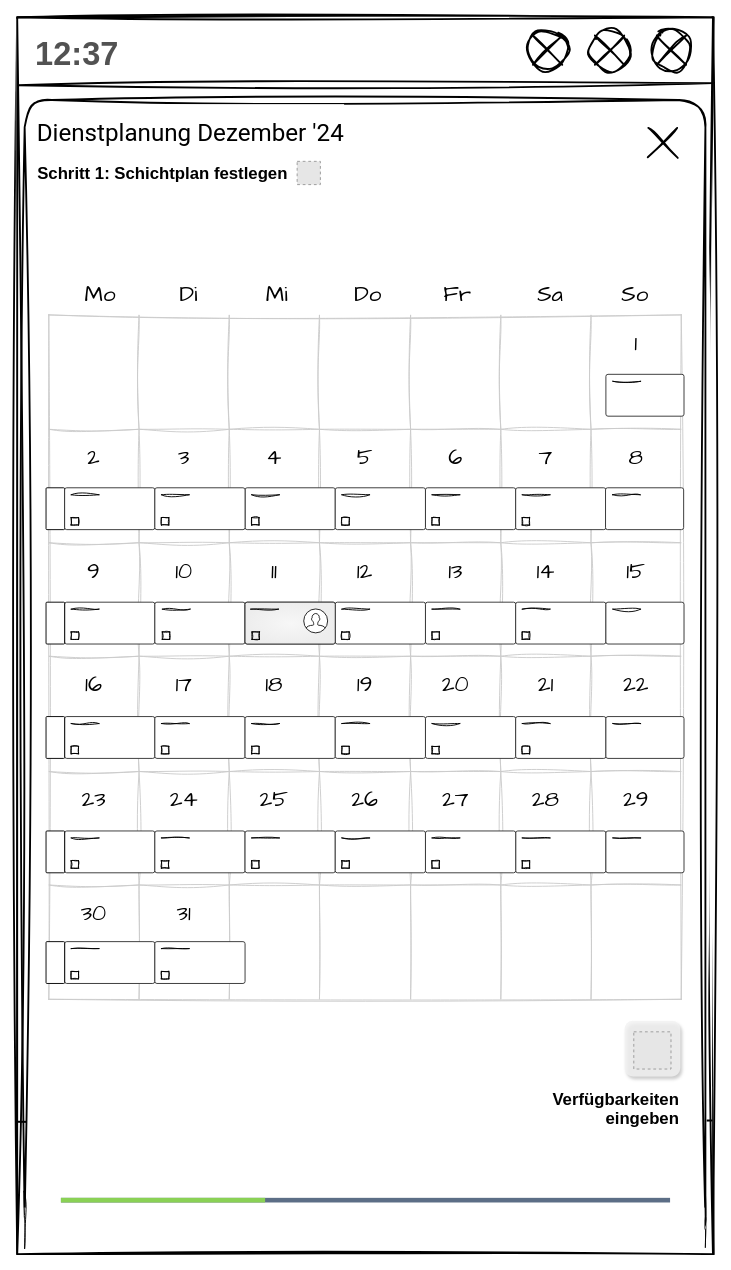
Before: page "SE_SchichtAufteilen" (4 of 6) of 5_Pitch/Mockup_UserFlow_CreateWorkSchedule.drawio in annikalenneper/praxisprojekt_mi_bachelor_SoSe24, a draw.io diagram. Source tidied: cells renumbered, new cells numbered last; positions are measured from the earlier drawing's top-left corner, leaving out a move shared by most shapes. Both pictures are drawn from the tidied source at 93%, with x=0, y=0 at pixel (17, 17). Pictures stored in the file or linked from it are replaced by grey dashed boxes.
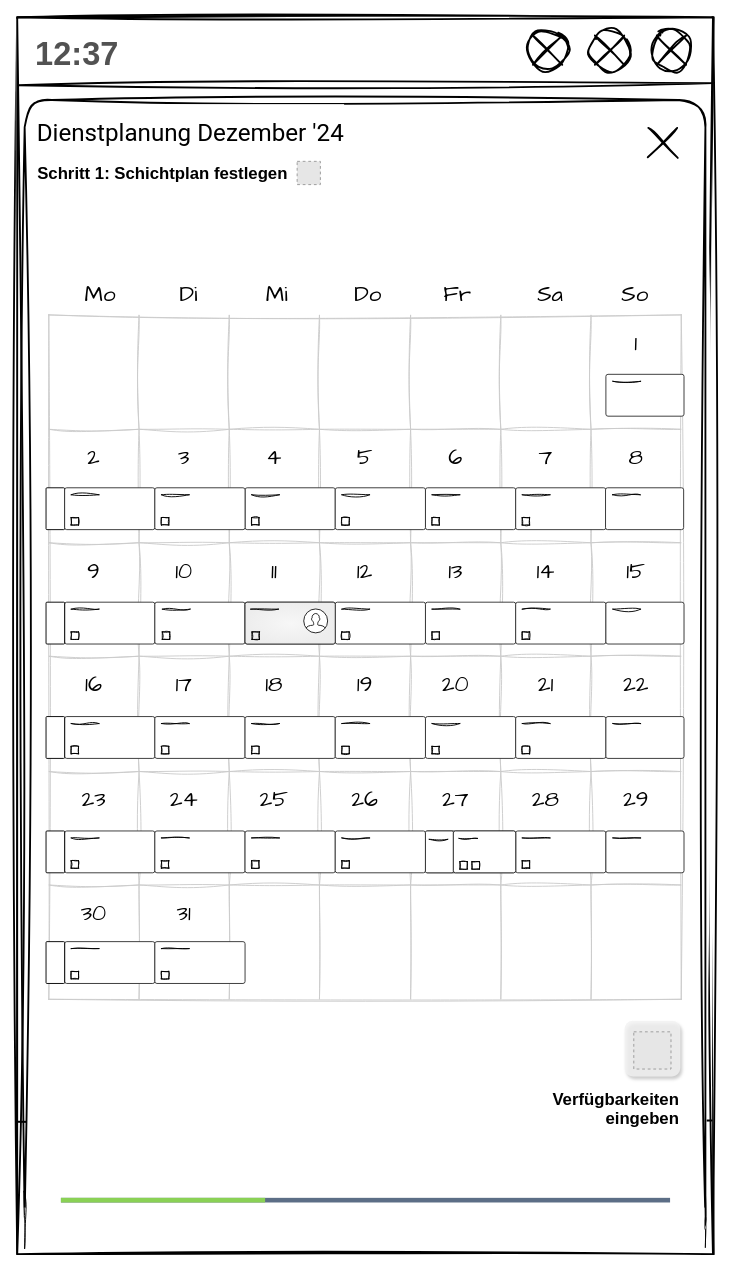
After the change.

Change to the diagram source:
```diff
@@
+    <mxCell id="243" parent="0" />
+    <mxCell id="244" parent="0" />
+    <mxCell id="245" style="rounded=1;whiteSpace=wrap;html=1;arcSize=5;strokeColor=#333333;" parent="244" vertex="1">
+      <mxGeometry x="439" y="875" width="30" height="45" as="geometry" />
+    </mxCell>
+    <mxCell id="246" style="rounded=1;whiteSpace=wrap;html=1;arcSize=5;strokeColor=#333333;" parent="244" vertex="1">
+      <mxGeometry x="469" y="875" width="67" height="45" as="geometry" />
+    </mxCell>
+    <mxCell id="247" style="whiteSpace=wrap;html=1;sketch=1;curveFitting=1;jiggle=2;" parent="244" vertex="1">
+      <mxGeometry x="476" y="908" width="8" height="8" as="geometry" />
+    </mxCell>
+    <mxCell id="248" style="whiteSpace=wrap;html=1;sketch=1;curveFitting=1;jiggle=2;" parent="244" vertex="1">
+      <mxGeometry x="489" y="908" width="8" height="8" as="geometry" />
+    </mxCell>
+    <mxCell id="249" style="endArrow=none;html=1;rounded=0;sketch=1;curveFitting=1;jiggle=2;" parent="244" edge="1">
+      <mxGeometry relative="1" as="geometry">
+        <mxPoint x="443" y="884" as="sourcePoint" />
+        <mxPoint x="463" y="884" as="targetPoint" />
+      </mxGeometry>
+    </mxCell>
+    <mxCell id="250" style="endArrow=none;html=1;rounded=0;sketch=1;curveFitting=1;jiggle=2;" parent="244" edge="1">
+      <mxGeometry relative="1" as="geometry">
+        <mxPoint x="475" y="883" as="sourcePoint" />
+        <mxPoint x="495" y="883" as="targetPoint" />
+      </mxGeometry>
+    </mxCell>
```
